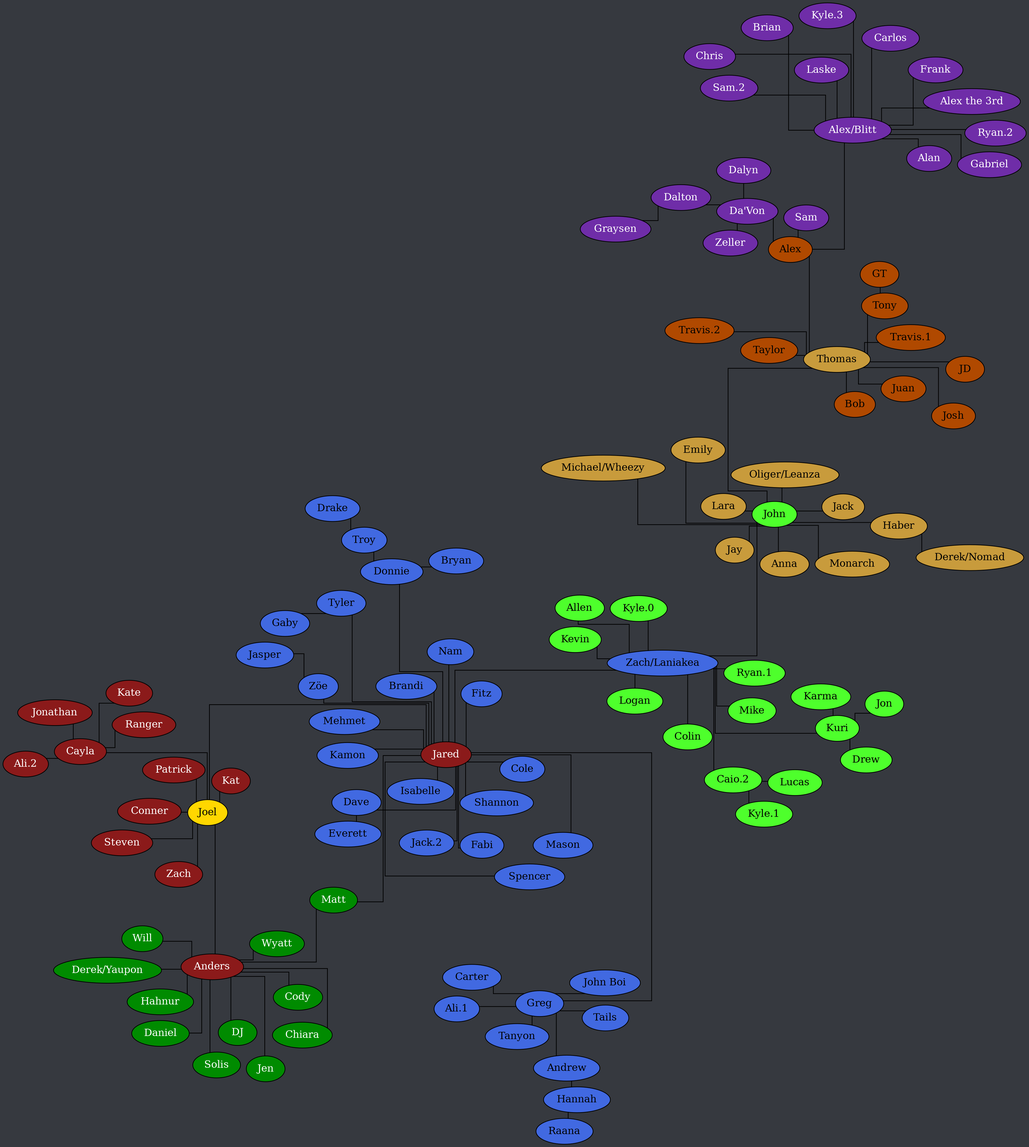
Before: tree.png, a diagram exported from Graphviz (Documidas/CoronaCatzFamilyTree). Its source is kept beside it as tree.dot.
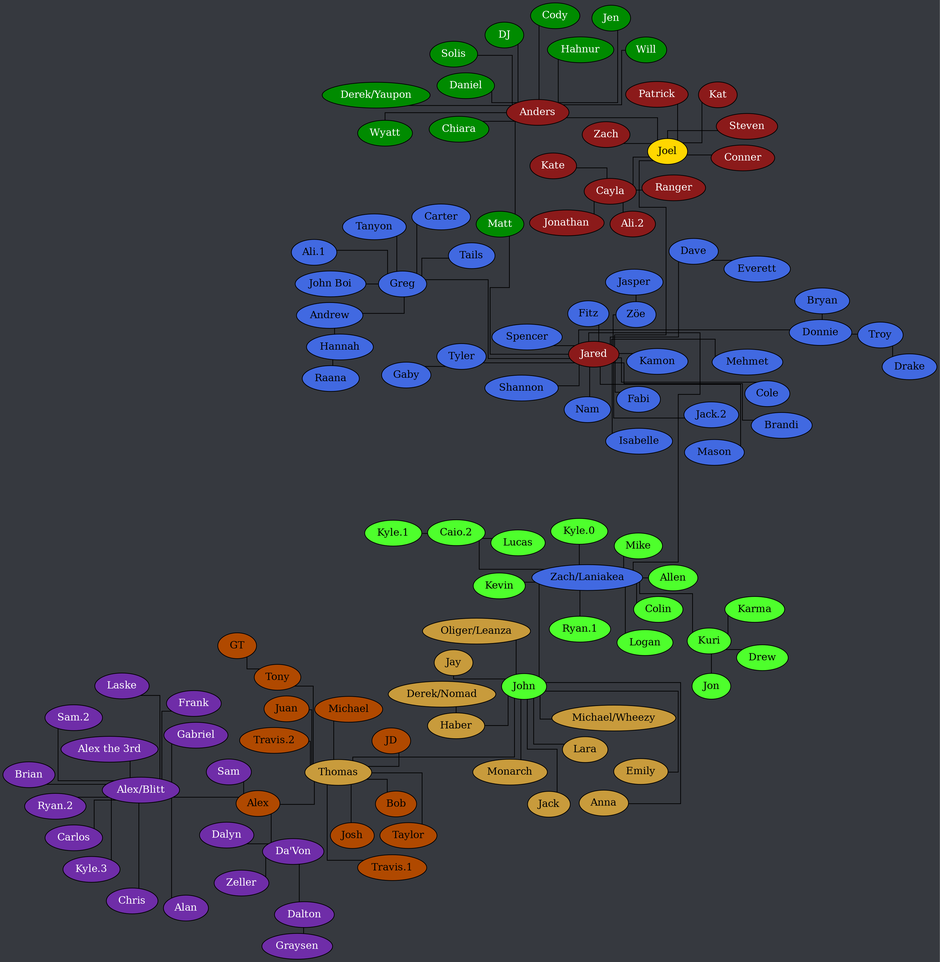
Later version of the same file.

What changed in the source:
```diff
@@ -132,6 +132,7 @@
 		Thomas -- JD;
 		Thomas -- Josh;
 		Thomas -- Juan;
+		Thomas -- Michael;
 		Thomas -- Taylor;
 		Thomas -- Tony;
 		Thomas -- "Travis.1";
```
